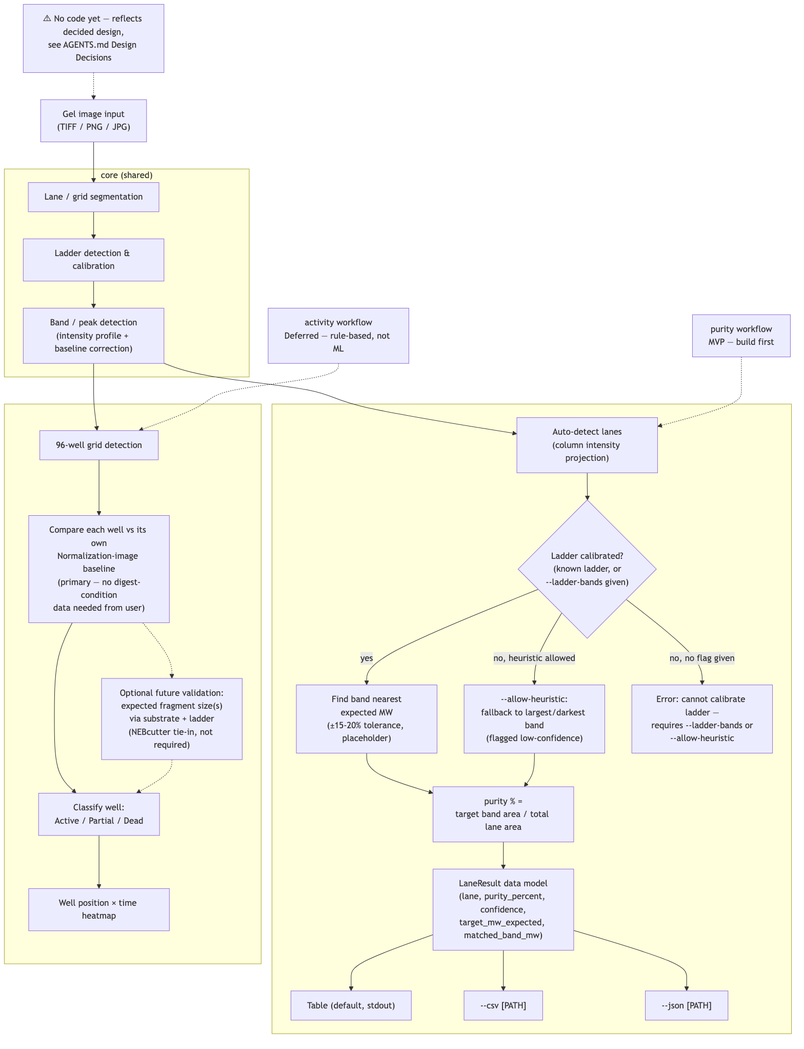
Before: diagrams/program-flow.png, a diagram exported from Mermaid (nebiolabs/gel-image-extractor). Its source is kept beside it as diagrams/program-flow.mmd.
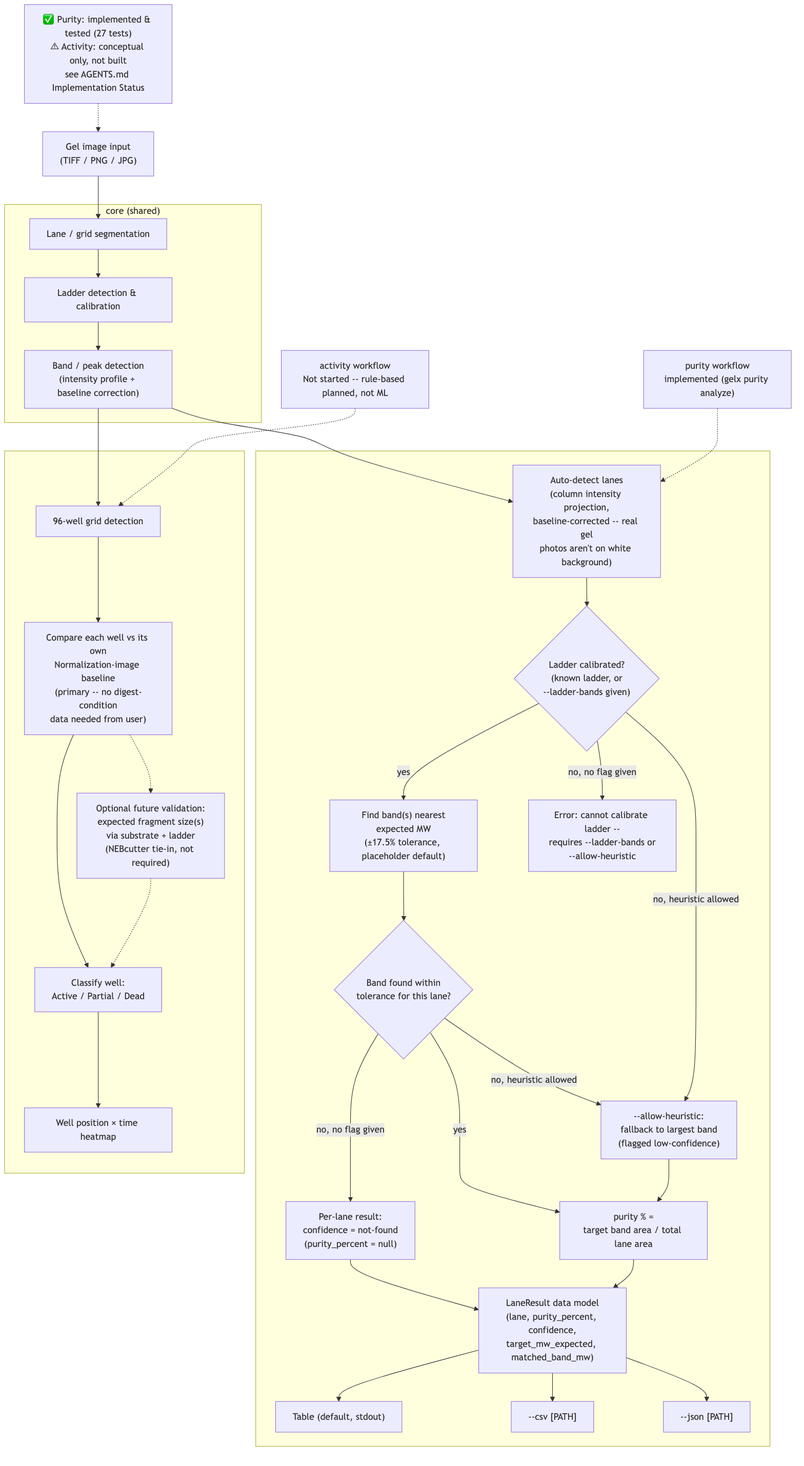
After the commit.

What changed in the source:
```diff
@@ -1,6 +1,6 @@
 
 flowchart TD
-    Note["⚠ No code yet — reflects decided design,<br/>see AGENTS.md Design Decisions"]
+    Note["✅ Purity: implemented & tested (27 tests)<br/>⚠ Activity: conceptual only, not built<br/>see AGENTS.md Implementation Status"]
 
     Input["Gel image input<br/>(TIFF / PNG / JPG)"]
 
@@ -10,13 +10,15 @@
         BandDet["Band / peak detection<br/>(intensity profile + baseline correction)"]
     end
 
-    PurityLabel["purity workflow<br/>MVP — build first"]
+    PurityLabel["purity workflow<br/>implemented (gelx purity analyze)"]
     subgraph PurityWF[" "]
-        AutoLane["Auto-detect lanes<br/>(column intensity projection)"]
+        AutoLane["Auto-detect lanes<br/>(column intensity projection,<br/>baseline-corrected -- real gel<br/>photos aren't on white background)"]
         LadderCal{"Ladder calibrated?<br/>(known ladder, or<br/>--ladder-bands given)"}
-        MWMatch["Find band nearest<br/>expected MW<br/>(±15-20% tolerance, placeholder)"]
-        Heuristic["--allow-heuristic:<br/>fallback to largest/darkest band<br/>(flagged low-confidence)"]
-        ErrorOut["Error: cannot calibrate ladder —<br/>requires --ladder-bands or<br/>--allow-heuristic"]
+        MWMatch["Find band(s) nearest<br/>expected MW<br/>(±17.5% tolerance, placeholder default)"]
+        MatchFound{"Band found within<br/>tolerance for this lane?"}
+        NotFound["Per-lane result:<br/>confidence = not-found<br/>(purity_percent = null)"]
+        Heuristic["--allow-heuristic:<br/>fallback to largest band<br/>(flagged low-confidence)"]
+        ErrorOut["Error: cannot calibrate ladder --<br/>requires --ladder-bands or<br/>--allow-heuristic"]
         PurityCalc["purity % =<br/>target band area / total lane area"]
         LaneResult["LaneResult data model<br/>(lane, purity_percent, confidence,<br/>target_mw_expected, matched_band_mw)"]
         TableOut["Table (default, stdout)"]
@@ -24,10 +26,10 @@
         JsonOut["--json [PATH]"]
     end
 
-    ActivityLabel["activity workflow<br/>Deferred — rule-based, not ML"]
+    ActivityLabel["activity workflow<br/>Not started -- rule-based planned, not ML"]
     subgraph ActivityWF[" "]
         GridDet["96-well grid detection"]
-        Baseline["Compare each well vs its own<br/>Normalization-image baseline<br/>(primary — no digest-condition<br/>data needed from user)"]
+        Baseline["Compare each well vs its own<br/>Normalization-image baseline<br/>(primary -- no digest-condition<br/>data needed from user)"]
         ExpectedFrag["Optional future validation:<br/>expected fragment size(s)<br/>via substrate + ladder<br/>(NEBcutter tie-in, not required)"]
         Classify["Classify well:<br/>Active / Partial / Dead"]
         Heatmap["Well position × time heatmap"]
@@ -41,8 +43,11 @@
     PurityLabel -.-> AutoLane
     ActivityLabel -.-> GridDet
     AutoLane --> LadderCal
-    LadderCal -- yes --> MWMatch --> PurityCalc
-    LadderCal -- "no, heuristic allowed" --> Heuristic --> PurityCalc
+    LadderCal -- yes --> MWMatch --> MatchFound
+    MatchFound -- yes --> PurityCalc
+    MatchFound -- "no, heuristic allowed" --> Heuristic --> PurityCalc
+    MatchFound -- "no, no flag given" --> NotFound --> LaneResult
+    LadderCal -- "no, heuristic allowed" --> Heuristic
     LadderCal -- "no, no flag given" --> ErrorOut
     PurityCalc --> LaneResult
     LaneResult --> TableOut
```
